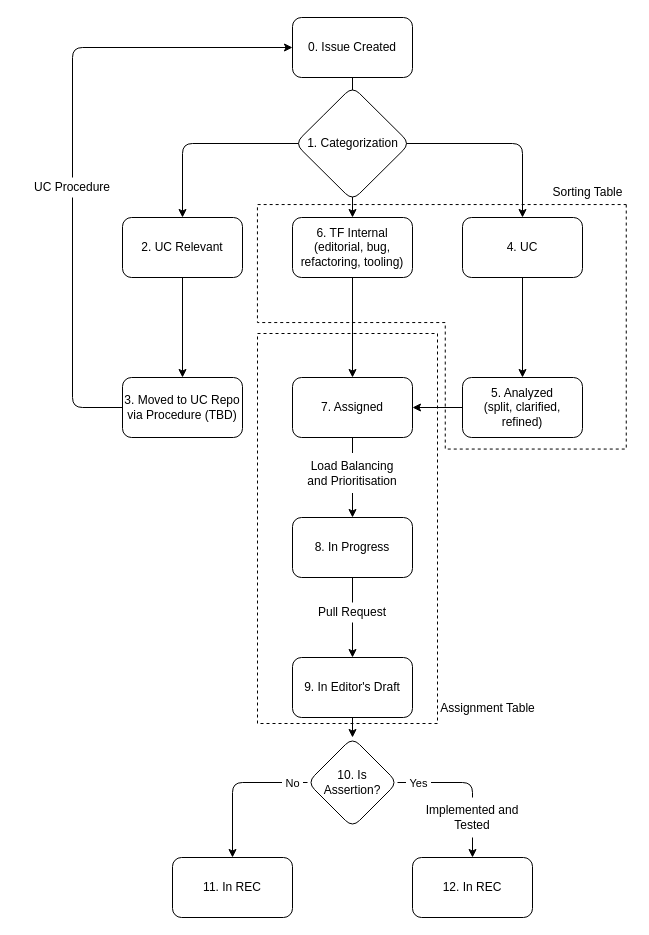
This is page "Lifecycle" (2 of 2) of proposals/project-management/kanbanidea.drawio from w3c/wot-thing-description, a draw.io file, before an edit. Source tidied: cells renumbered, new cells numbered last; positions are measured from the earlier drawing's top-left corner, leaving out a move shared by most shapes. Both pictures are drawn from the tidied source at 100%, with x=0, y=0 at pixel (17, 17).
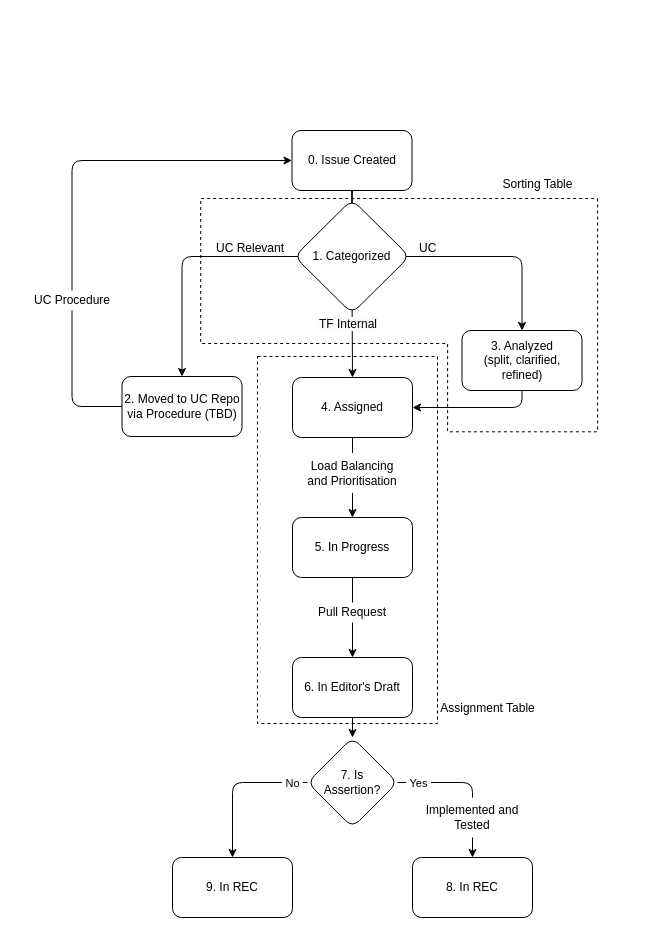
The same diagram, later.

Commit message (it also covers changes not shown here):
simplify lifecycle diagram

What changed in the source:
```diff
@@
     <mxCell id="2" style="rounded=0;whiteSpace=wrap;html=1;dashed=1;fillColor=none;" parent="1" vertex="1">
-      <mxGeometry x="240" y="316" width="180" height="390" as="geometry" />
+      <mxGeometry x="240" y="339" width="180" height="367" as="geometry" />
     </mxCell>
-    <mxCell id="3" style="shape=corner;whiteSpace=wrap;html=1;rotation=90;dx=118;dy=181;fillColor=none;dashed=1;" parent="1" vertex="1">
-      <mxGeometry x="302.1" y="124.9" width="244.5" height="368.8" as="geometry" />
+    <mxCell id="3" style="shape=corner;whiteSpace=wrap;html=1;rotation=90;dx=145;dy=150;fillColor=none;dashed=1;" parent="1" vertex="1">
+      <mxGeometry x="265" y="99.2" width="233.3" height="396.9" as="geometry" />
     </mxCell>
-    <mxCell id="4" style="edgeStyle=orthogonalEdgeStyle;rounded=1;jettySize=auto;html=1;" parent="1" edge="1" source="5" target="11">
+    <mxCell id="4" style="edgeStyle=orthogonalEdgeStyle;rounded=1;jettySize=auto;html=1;entryX=0.5;entryY=0;entryDx=0;entryDy=0;" parent="1" edge="1" source="5" target="17">
       <mxGeometry relative="1" as="geometry" />
     </mxCell>
     <mxCell id="5" value="0. Issue Created" style="rounded=1;whiteSpace=wrap;html=1;" parent="1" vertex="1">
-      <mxGeometry x="275" width="120" height="60" as="geometry" />
+      <mxGeometry x="274.5" y="113" width="120" height="60" as="geometry" />
     </mxCell>
-    <mxCell id="6" style="edgeStyle=orthogonalEdgeStyle;rounded=1;jettySize=auto;html=1;entryX=0.5;entryY=0;entryDx=0;entryDy=0;" parent="1" edge="1" source="7" target="22">
-      <mxGeometry relative="1" as="geometry" />
-    </mxCell>
-    <mxCell id="7" value="4. UC" style="rounded=1;whiteSpace=wrap;html=1;" parent="1" vertex="1">
-      <mxGeometry x="445" y="200" width="120" height="60" as="geometry" />
-    </mxCell>
-    <mxCell id="8" style="edgeStyle=orthogonalEdgeStyle;rounded=1;jettySize=auto;html=1;entryX=0.5;entryY=0;entryDx=0;entryDy=0;" parent="1" edge="1" source="9" target="15">
-      <mxGeometry relative="1" as="geometry" />
-    </mxCell>
-    <mxCell id="9" value="2. UC Relevant" style="rounded=1;whiteSpace=wrap;html=1;" parent="1" vertex="1">
-      <mxGeometry x="105" y="200" width="120" height="60" as="geometry" />
-    </mxCell>
-    <mxCell id="10" style="edgeStyle=orthogonalEdgeStyle;rounded=1;jettySize=auto;html=1;entryX=0.5;entryY=0;entryDx=0;entryDy=0;" parent="1" edge="1" source="11" target="17">
-      <mxGeometry relative="1" as="geometry" />
-    </mxCell>
-    <mxCell id="11" value="6. TF Internal&lt;br&gt;(editorial, bug, refactoring, tooling)" style="rounded=1;whiteSpace=wrap;html=1;" parent="1" vertex="1">
-      <mxGeometry x="275" y="200" width="120" height="60" as="geometry" />
-    </mxCell>
-    <mxCell id="12" style="edgeStyle=orthogonalEdgeStyle;rounded=1;jettySize=auto;html=1;exitX=0.5;exitY=1;exitDx=0;exitDy=0;entryX=0.5;entryY=0;entryDx=0;entryDy=0;" parent="1" edge="1" source="5" target="9">
+    <mxCell id="12" style="edgeStyle=orthogonalEdgeStyle;rounded=1;jettySize=auto;html=1;exitX=0.5;exitY=1;exitDx=0;exitDy=0;entryX=0.5;entryY=0;entryDx=0;entryDy=0;" parent="1" edge="1" source="5" target="15">
       <mxGeometry relative="1" as="geometry">
         <Array as="points">
-          <mxPoint x="335" y="126" />
-          <mxPoint x="165" y="126" />
+          <mxPoint x="334.5" y="239" />
+          <mxPoint x="164.5" y="239" />
         </Array>
       </mxGeometry>
     </mxCell>
-    <mxCell id="13" style="edgeStyle=orthogonalEdgeStyle;rounded=1;jettySize=auto;html=1;entryX=0.5;entryY=0;entryDx=0;entryDy=0;exitX=0.5;exitY=1;exitDx=0;exitDy=0;" parent="1" edge="1" source="5" target="7">
+    <mxCell id="13" style="edgeStyle=orthogonalEdgeStyle;rounded=1;jettySize=auto;html=1;entryX=0.5;entryY=0;entryDx=0;entryDy=0;exitX=0.5;exitY=1;exitDx=0;exitDy=0;" parent="1" edge="1" source="5">
       <mxGeometry relative="1" as="geometry">
+        <mxPoint x="504.5" y="313" as="targetPoint" />
         <Array as="points">
-          <mxPoint x="335" y="126" />
-          <mxPoint x="505" y="126" />
+          <mxPoint x="334.5" y="239" />
+          <mxPoint x="504.5" y="239" />
         </Array>
       </mxGeometry>
     </mxCell>
-    <mxCell id="14" style="edgeStyle=orthogonalEdgeStyle;rounded=1;jettySize=auto;html=1;entryX=0;entryY=0.5;entryDx=0;entryDy=0;" parent="1" edge="1" source="15" target="5">
+    <mxCell id="14" style="edgeStyle=orthogonalEdgeStyle;rounded=1;jettySize=auto;html=1;entryX=0;entryY=0.5;entryDx=0;entryDy=0;exitX=0;exitY=0.5;exitDx=0;exitDy=0;" parent="1" edge="1" source="15" target="5">
       <mxGeometry relative="1" as="geometry">
         <Array as="points">
-          <mxPoint x="55" y="390" />
-          <mxPoint x="55" y="30" />
+          <mxPoint x="54.5" y="389" />
+          <mxPoint x="54.5" y="143" />
         </Array>
       </mxGeometry>
     </mxCell>
-    <mxCell id="15" value="3. Moved to UC Repo via Procedure (TBD)" style="rounded=1;whiteSpace=wrap;html=1;" parent="1" vertex="1">
-      <mxGeometry x="105" y="360" width="120" height="60" as="geometry" />
+    <mxCell id="15" value="2. Moved to UC Repo via Procedure (TBD)" style="rounded=1;whiteSpace=wrap;html=1;" parent="1" vertex="1">
+      <mxGeometry x="104.5" y="359" width="120" height="60" as="geometry" />
     </mxCell>
@@
-    <mxCell id="17" value="7. Assigned" style="rounded=1;whiteSpace=wrap;html=1;" parent="1" vertex="1">
+    <mxCell id="17" value="4. Assigned" style="rounded=1;whiteSpace=wrap;html=1;" parent="1" vertex="1">
       <mxGeometry x="275" y="360" width="120" height="60" as="geometry" />
     </mxCell>
-    <mxCell id="18" value="8. In Progress" style="rounded=1;whiteSpace=wrap;html=1;" parent="1" vertex="1">
+    <mxCell id="18" value="5. In Progress" style="rounded=1;whiteSpace=wrap;html=1;" parent="1" vertex="1">
       <mxGeometry x="275" y="500" width="120" height="60" as="geometry" />
     </mxCell>
     <mxCell id="19" value="UC Procedure" style="text;html=1;align=center;verticalAlign=middle;whiteSpace=wrap;rounded=1;fillColor=default;" parent="1" vertex="1">
-      <mxGeometry y="160" width="110" height="20" as="geometry" />
+      <mxGeometry x="-0.5" y="273" width="110" height="20" as="geometry" />
     </mxCell>
@@
     <mxCell id="21" style="edgeStyle=orthogonalEdgeStyle;rounded=1;jettySize=auto;html=1;entryX=1;entryY=0.5;entryDx=0;entryDy=0;" parent="1" edge="1" source="22" target="17">
-      <mxGeometry relative="1" as="geometry" />
+      <mxGeometry relative="1" as="geometry">
+        <Array as="points">
+          <mxPoint x="504.5" y="390" />
+        </Array>
+      </mxGeometry>
     </mxCell>
-    <mxCell id="22" value="5. Analyzed &lt;br&gt;(split, clarified, refined)" style="rounded=1;whiteSpace=wrap;html=1;" parent="1" vertex="1">
-      <mxGeometry x="445" y="360" width="120" height="60" as="geometry" />
+    <mxCell id="22" value="3. Analyzed&lt;br&gt;(split, clarified, refined)" style="rounded=1;whiteSpace=wrap;html=1;" parent="1" vertex="1">
+      <mxGeometry x="444.5" y="313" width="120" height="60" as="geometry" />
     </mxCell>
@@
-    <mxCell id="24" value="9. In Editor's Draft" style="rounded=1;whiteSpace=wrap;html=1;" parent="1" vertex="1">
+    <mxCell id="24" value="6. In Editor's Draft" style="rounded=1;whiteSpace=wrap;html=1;" parent="1" vertex="1">
       <mxGeometry x="275" y="640" width="120" height="60" as="geometry" />
     </mxCell>
@@
-    <mxCell id="26" value="12. In REC" style="rounded=1;whiteSpace=wrap;html=1;" parent="1" vertex="1">
+    <mxCell id="26" value="8. In REC" style="rounded=1;whiteSpace=wrap;html=1;" parent="1" vertex="1">
       <mxGeometry x="395" y="840" width="120" height="60" as="geometry" />
     </mxCell>
@@
-    <mxCell id="28" value="11. In REC" style="rounded=1;whiteSpace=wrap;html=1;" parent="1" vertex="1">
+    <mxCell id="28" value="9. In REC" style="rounded=1;whiteSpace=wrap;html=1;" parent="1" vertex="1">
       <mxGeometry x="155" y="840" width="120" height="60" as="geometry" />
     </mxCell>
@@
-    <mxCell id="33" value="10. Is Assertion?" style="rhombus;whiteSpace=wrap;html=1;fillColor=default;rounded=1;" parent="1" vertex="1">
+    <mxCell id="33" value="7. Is &lt;br&gt;Assertion?" style="rhombus;whiteSpace=wrap;html=1;fillColor=default;rounded=1;" parent="1" vertex="1">
       <mxGeometry x="290" y="720" width="90" height="90" as="geometry" />
     </mxCell>
@@
-    <mxCell id="35" value="1. Categorization" style="rhombus;whiteSpace=wrap;html=1;fillColor=default;rounded=1;" parent="1" vertex="1">
-      <mxGeometry x="277.5" y="69" width="115" height="114" as="geometry" />
+    <mxCell id="35" value="1. Categorized" style="rhombus;whiteSpace=wrap;html=1;fillColor=default;rounded=1;" parent="1" vertex="1">
+      <mxGeometry x="277" y="182" width="115" height="114" as="geometry" />
     </mxCell>
     <mxCell id="36" value="Sorting Table" style="text;html=1;align=center;verticalAlign=middle;strokeColor=none;fillColor=none;" parent="1" vertex="1">
-      <mxGeometry x="525" y="160" width="90" height="30" as="geometry" />
+      <mxGeometry x="474.5" y="152" width="90" height="30" as="geometry" />
     </mxCell>
@@
+    <mxCell id="38" value="&lt;span style=&quot;color: rgb(0, 0, 0); font-family: Helvetica; font-size: 12px; font-style: normal; font-variant-ligatures: normal; font-variant-caps: normal; font-weight: 400; letter-spacing: normal; orphans: 2; text-align: center; text-indent: 0px; text-transform: none; widows: 2; word-spacing: 0px; -webkit-text-stroke-width: 0px; background-color: rgb(251, 251, 251); text-decoration-thickness: initial; text-decoration-style: initial; text-decoration-color: initial; float: none; display: inline !important;&quot;&gt;UC Relevant&lt;/span&gt;" style="text;whiteSpace=wrap;html=1;" parent="1" vertex="1">
+      <mxGeometry x="197" y="216.9" width="80" height="20" as="geometry" />
+    </mxCell>
+    <mxCell id="39" value="&lt;span style=&quot;color: rgb(0, 0, 0); font-family: Helvetica; font-size: 12px; font-style: normal; font-variant-ligatures: normal; font-variant-caps: normal; font-weight: 400; letter-spacing: normal; orphans: 2; text-align: center; text-indent: 0px; text-transform: none; widows: 2; word-spacing: 0px; -webkit-text-stroke-width: 0px; background-color: rgb(251, 251, 251); text-decoration-thickness: initial; text-decoration-style: initial; text-decoration-color: initial; float: none; display: inline !important;&quot;&gt;UC&lt;/span&gt;" style="text;whiteSpace=wrap;html=1;" parent="1" vertex="1">
+      <mxGeometry x="400" y="216.9" width="60" height="40" as="geometry" />
+    </mxCell>
+    <mxCell id="40" value="&lt;span style=&quot;color: rgb(0, 0, 0); font-family: Helvetica; font-size: 12px; font-style: normal; font-variant-ligatures: normal; font-variant-caps: normal; font-weight: 400; letter-spacing: normal; orphans: 2; text-align: center; text-indent: 0px; text-transform: none; widows: 2; word-spacing: 0px; -webkit-text-stroke-width: 0px; background-color: rgb(251, 251, 251); text-decoration-thickness: initial; text-decoration-style: initial; text-decoration-color: initial; float: none; display: inline !important;&quot;&gt;TF Internal&lt;/span&gt;" style="text;whiteSpace=wrap;html=1;" parent="1" vertex="1">
+      <mxGeometry x="300" y="293" width="70" height="20" as="geometry" />
+    </mxCell>
```
